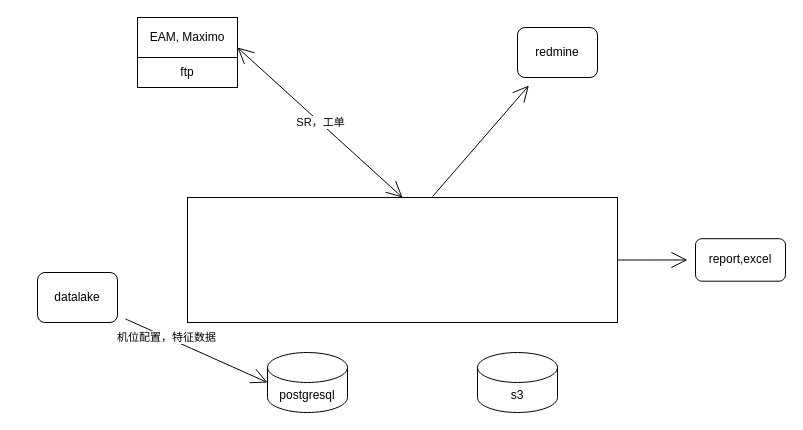
Above: 云端透视.drawio in tonyleifang/tony (draw.io), before the change. Source tidied: cells renumbered, new cells numbered last; positions are measured from the earlier drawing's top-left corner, leaving out a move shared by most shapes. Both pictures are drawn from the tidied source at 100%, with x=0, y=0 at pixel (37, 17).
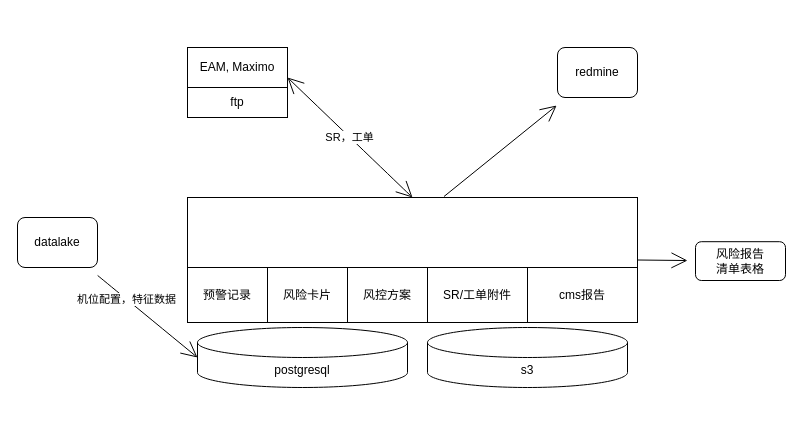
Above is the later version.

Commit message:
更新云端透视.drawio

The edit, as a diff of the source:
```diff
@@
 <mxGraphModel>
   <root>
     <mxCell id="0" />
     <mxCell id="1" parent="0" />
     <mxCell id="2" value="SR，工单" style="edgeStyle=none;curved=1;rounded=0;jettySize=auto;html=1;endArrow=open;startSize=14;endSize=14;sourcePerimeterSpacing=8;targetPerimeterSpacing=8;startArrow=open;startFill=0;entryX=1;entryY=0.75;entryDx=0;entryDy=0;exitX=0.5;exitY=0;exitDx=0;exitDy=0;" parent="1" edge="1" source="6" target="4">
       <mxGeometry relative="1" as="geometry" />
     </mxCell>
-    <mxCell id="3" value="report,excel" style="rounded=1;whiteSpace=wrap;html=1;hachureGap=4;" parent="1" vertex="1">
-      <mxGeometry x="658" y="221.2" width="90" height="42.5" as="geometry" />
+    <mxCell id="3" value="风险报告&lt;br&gt;清单表格" style="rounded=1;whiteSpace=wrap;html=1;hachureGap=4;" parent="1" vertex="1">
+      <mxGeometry x="658" y="224.2" width="90" height="38.8" as="geometry" />
     </mxCell>
     <mxCell id="4" value="EAM, Maximo" style="rounded=0;whiteSpace=wrap;html=1;hachureGap=4;glass=0;" parent="1" vertex="1">
-      <mxGeometry x="100" width="100" height="40" as="geometry" />
+      <mxGeometry x="150" y="30" width="100" height="40" as="geometry" />
     </mxCell>
     <mxCell id="5" style="edgeStyle=none;rounded=0;jettySize=auto;html=1;exitX=1;exitY=0.5;exitDx=0;exitDy=0;startArrow=none;startFill=0;endArrow=open;startSize=14;endSize=14;sourcePerimeterSpacing=8;targetPerimeterSpacing=8;" parent="1" edge="1" source="6" target="3">
       <mxGeometry relative="1" as="geometry" />
     </mxCell>
     <mxCell id="6" style="rounded=0;whiteSpace=wrap;html=1;hachureGap=4;" parent="1" vertex="1">
-      <mxGeometry x="150" y="180" width="430" height="125" as="geometry" />
+      <mxGeometry x="150" y="180" width="450" height="125" as="geometry" />
     </mxCell>
     <mxCell id="7" value="&lt;span&gt;postgresql&lt;/span&gt;" style="shape=cylinder3;whiteSpace=wrap;html=1;boundedLbl=1;backgroundOutline=1;size=15;hachureGap=4;" parent="1" vertex="1">
-      <mxGeometry x="230" y="335" width="80" height="60" as="geometry" />
+      <mxGeometry x="160" y="310" width="210" height="60" as="geometry" />
     </mxCell>
     <mxCell id="8" value="&lt;span&gt;s3&lt;/span&gt;" style="shape=cylinder3;whiteSpace=wrap;html=1;boundedLbl=1;backgroundOutline=1;size=15;hachureGap=4;" parent="1" vertex="1">
-      <mxGeometry x="440" y="335" width="80" height="60" as="geometry" />
+      <mxGeometry x="390" y="310" width="200" height="60" as="geometry" />
     </mxCell>
     <mxCell id="9" style="edgeStyle=none;curved=1;rounded=0;jettySize=auto;html=1;startArrow=none;startFill=0;endArrow=open;startSize=14;endSize=14;sourcePerimeterSpacing=8;targetPerimeterSpacing=8;entryX=0;entryY=0.5;entryDx=0;entryDy=0;entryPerimeter=0;" parent="1" edge="1" source="11" target="7">
       <mxGeometry relative="1" as="geometry" />
     </mxCell>
     <mxCell id="10" value="机位配置，特征数据" style="edgeLabel;html=1;align=center;verticalAlign=middle;" parent="9" vertex="1">
       <mxGeometry x="-0.43" relative="1" as="geometry" />
     </mxCell>
     <mxCell id="11" value="datalake" style="rounded=1;whiteSpace=wrap;html=1;hachureGap=4;" parent="1" vertex="1">
-      <mxGeometry y="255" width="80" height="50" as="geometry" />
+      <mxGeometry x="-20" y="200" width="80" height="50" as="geometry" />
     </mxCell>
     <mxCell id="12" style="edgeStyle=none;rounded=0;jettySize=auto;html=1;startArrow=open;startFill=0;endArrow=none;startSize=14;endSize=14;sourcePerimeterSpacing=8;targetPerimeterSpacing=8;endFill=0;entryX=0.57;entryY=-0.008;entryDx=0;entryDy=0;entryPerimeter=0;" parent="1" edge="1" source="13" target="6">
       <mxGeometry relative="1" as="geometry" />
     </mxCell>
     <mxCell id="13" value="redmine" style="rounded=1;whiteSpace=wrap;html=1;hachureGap=4;" parent="1" vertex="1">
-      <mxGeometry x="480" y="10" width="80" height="50" as="geometry" />
+      <mxGeometry x="520" y="30" width="80" height="50" as="geometry" />
     </mxCell>
     <mxCell id="14" value="ftp" style="rounded=0;whiteSpace=wrap;html=1;hachureGap=4;" parent="1" vertex="1">
-      <mxGeometry x="100" y="40" width="100" height="30" as="geometry" />
+      <mxGeometry x="150" y="70" width="100" height="30" as="geometry" />
     </mxCell>
+    <mxCell id="15" value="预警记录" style="rounded=0;whiteSpace=wrap;html=1;hachureGap=4;" parent="1" vertex="1">
+      <mxGeometry x="150" y="250" width="80" height="55" as="geometry" />
+    </mxCell>
+    <mxCell id="16" value="风险卡片" style="rounded=0;whiteSpace=wrap;html=1;hachureGap=4;" parent="1" vertex="1">
+      <mxGeometry x="230" y="250" width="80" height="55" as="geometry" />
+    </mxCell>
+    <mxCell id="17" value="SR/工单附件" style="rounded=0;whiteSpace=wrap;html=1;hachureGap=4;" parent="1" vertex="1">
+      <mxGeometry x="390" y="250" width="100" height="55" as="geometry" />
+    </mxCell>
+    <mxCell id="18" value="cms报告" style="rounded=0;whiteSpace=wrap;html=1;hachureGap=4;" parent="1" vertex="1">
+      <mxGeometry x="490" y="250" width="110" height="55" as="geometry" />
+    </mxCell>
+    <mxCell id="19" value="风控方案" style="rounded=0;whiteSpace=wrap;html=1;hachureGap=4;" parent="1" vertex="1">
+      <mxGeometry x="310" y="250" width="80" height="55" as="geometry" />
+    </mxCell>
   </root>
 </mxGraphModel>
```
